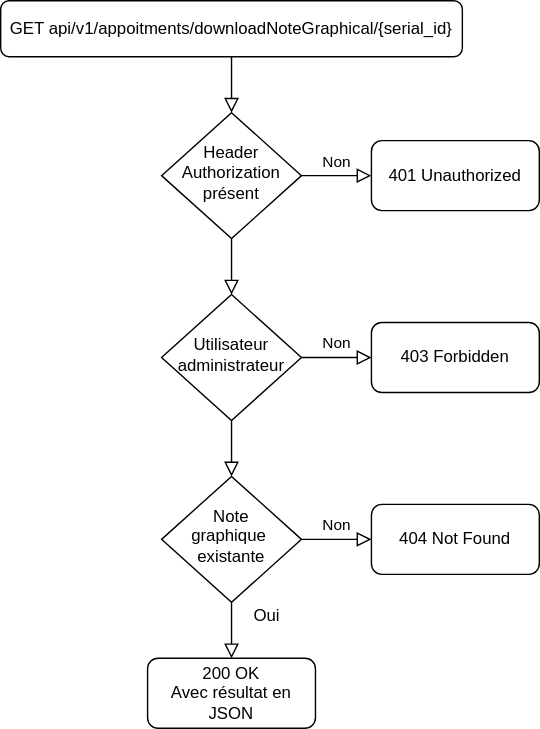
This is documentation/diagram/drawio/flowchartDownloadNoteGraphical.svg from jonathanboreljaquet/bj-travail-diplome-2021, a draw.io export, as it was before one commit. Source tidied: cells renumbered, new cells last; positions are measured from the earlier drawing's top-left corner, leaving out a move shared by most shapes. Its diagram source:
```xml
<mxGraphModel>
  <root>
    <mxCell id="0" />
    <mxCell id="1" parent="0" />
    <mxCell id="2" value="GET api/v1/appoitments/downloadNoteGraphical/{serial_id}" style="rounded=1;whiteSpace=wrap;html=1;fontSize=12;glass=0;strokeWidth=1;shadow=0;" parent="1" vertex="1">
      <mxGeometry width="330" height="40" as="geometry" />
    </mxCell>
    <mxCell id="3" style="rounded=0;html=1;jettySize=auto;orthogonalLoop=1;fontSize=11;endArrow=block;endFill=0;endSize=8;strokeWidth=1;shadow=0;labelBackgroundColor=none;edgeStyle=orthogonalEdgeStyle;" parent="1" edge="1">
      <mxGeometry relative="1" as="geometry">
        <mxPoint x="165" y="40" as="sourcePoint" />
        <mxPoint x="165" y="80" as="targetPoint" />
      </mxGeometry>
    </mxCell>
    <mxCell id="4" value="Non" style="edgeStyle=orthogonalEdgeStyle;rounded=0;html=1;jettySize=auto;fontSize=11;endArrow=block;endFill=0;endSize=8;strokeWidth=1;shadow=0;labelBackgroundColor=none;" parent="1" edge="1" target="5">
      <mxGeometry y="10" relative="1" as="geometry">
        <mxPoint x="215" y="385" as="sourcePoint" />
      </mxGeometry>
    </mxCell>
    <mxCell id="5" value="404 Not Found" style="rounded=1;whiteSpace=wrap;html=1;fontSize=12;glass=0;strokeWidth=1;shadow=0;" parent="1" vertex="1">
      <mxGeometry x="265" y="360" width="120" height="50" as="geometry" />
    </mxCell>
    <mxCell id="6" style="rounded=0;html=1;jettySize=auto;orthogonalLoop=1;fontSize=11;endArrow=block;endFill=0;endSize=8;strokeWidth=1;shadow=0;labelBackgroundColor=none;edgeStyle=orthogonalEdgeStyle;" parent="1" edge="1">
      <mxGeometry relative="1" as="geometry">
        <mxPoint x="165" y="430" as="sourcePoint" />
        <mxPoint x="165" y="470" as="targetPoint" />
      </mxGeometry>
    </mxCell>
    <mxCell id="7" value="200 OK&lt;br&gt;Avec résultat en JSON" style="rounded=1;whiteSpace=wrap;html=1;fontSize=12;glass=0;strokeWidth=1;shadow=0;" parent="1" vertex="1">
      <mxGeometry x="105" y="470" width="120" height="50" as="geometry" />
    </mxCell>
    <mxCell id="8" value="Oui" style="text;html=1;align=center;verticalAlign=middle;strokeColor=none;" parent="1" vertex="1">
      <mxGeometry x="175" y="430" width="30" height="20" as="geometry" />
    </mxCell>
    <mxCell id="9" value="Note &lt;br&gt;graphique&amp;nbsp;&lt;br&gt;existante" style="rhombus;whiteSpace=wrap;html=1;shadow=0;fontFamily=Helvetica;fontSize=12;align=center;strokeWidth=1;spacing=6;spacingTop=-4;" parent="1" vertex="1">
      <mxGeometry x="115" y="340" width="100" height="90" as="geometry" />
    </mxCell>
    <mxCell id="10" value="Non" style="edgeStyle=orthogonalEdgeStyle;rounded=0;html=1;jettySize=auto;fontSize=11;endArrow=block;endFill=0;endSize=8;strokeWidth=1;shadow=0;labelBackgroundColor=none;" parent="1" edge="1" target="11">
      <mxGeometry y="10" relative="1" as="geometry">
        <mxPoint x="215" y="125" as="sourcePoint" />
      </mxGeometry>
    </mxCell>
    <mxCell id="11" value="401 Unauthorized" style="rounded=1;whiteSpace=wrap;html=1;fontSize=12;glass=0;strokeWidth=1;shadow=0;" parent="1" vertex="1">
      <mxGeometry x="265" y="100" width="120" height="50" as="geometry" />
    </mxCell>
    <mxCell id="12" style="rounded=0;html=1;jettySize=auto;orthogonalLoop=1;fontSize=11;endArrow=block;endFill=0;endSize=8;strokeWidth=1;shadow=0;labelBackgroundColor=none;edgeStyle=orthogonalEdgeStyle;" parent="1" edge="1">
      <mxGeometry relative="1" as="geometry">
        <mxPoint x="165" y="170" as="sourcePoint" />
        <mxPoint x="165" y="210" as="targetPoint" />
      </mxGeometry>
    </mxCell>
    <mxCell id="13" value="Header Authorization présent" style="rhombus;whiteSpace=wrap;html=1;shadow=0;fontFamily=Helvetica;fontSize=12;align=center;strokeWidth=1;spacing=6;spacingTop=-4;" parent="1" vertex="1">
      <mxGeometry x="115" y="80" width="100" height="90" as="geometry" />
    </mxCell>
    <mxCell id="14" value="Non" style="edgeStyle=orthogonalEdgeStyle;rounded=0;html=1;jettySize=auto;fontSize=11;endArrow=block;endFill=0;endSize=8;strokeWidth=1;shadow=0;labelBackgroundColor=none;" parent="1" edge="1" target="15">
      <mxGeometry y="10" relative="1" as="geometry">
        <mxPoint x="215" y="255" as="sourcePoint" />
      </mxGeometry>
    </mxCell>
    <mxCell id="15" value="403 Forbidden" style="rounded=1;whiteSpace=wrap;html=1;fontSize=12;glass=0;strokeWidth=1;shadow=0;" parent="1" vertex="1">
      <mxGeometry x="265" y="230" width="120" height="50" as="geometry" />
    </mxCell>
    <mxCell id="16" style="rounded=0;html=1;jettySize=auto;orthogonalLoop=1;fontSize=11;endArrow=block;endFill=0;endSize=8;strokeWidth=1;shadow=0;labelBackgroundColor=none;edgeStyle=orthogonalEdgeStyle;" parent="1" edge="1">
      <mxGeometry relative="1" as="geometry">
        <mxPoint x="165" y="300" as="sourcePoint" />
        <mxPoint x="165" y="340" as="targetPoint" />
      </mxGeometry>
    </mxCell>
    <mxCell id="17" value="Utilisateur administrateur" style="rhombus;whiteSpace=wrap;html=1;shadow=0;fontFamily=Helvetica;fontSize=12;align=center;strokeWidth=1;spacing=6;spacingTop=-4;" parent="1" vertex="1">
      <mxGeometry x="115" y="210" width="100" height="90" as="geometry" />
    </mxCell>
  </root>
</mxGraphModel>
```
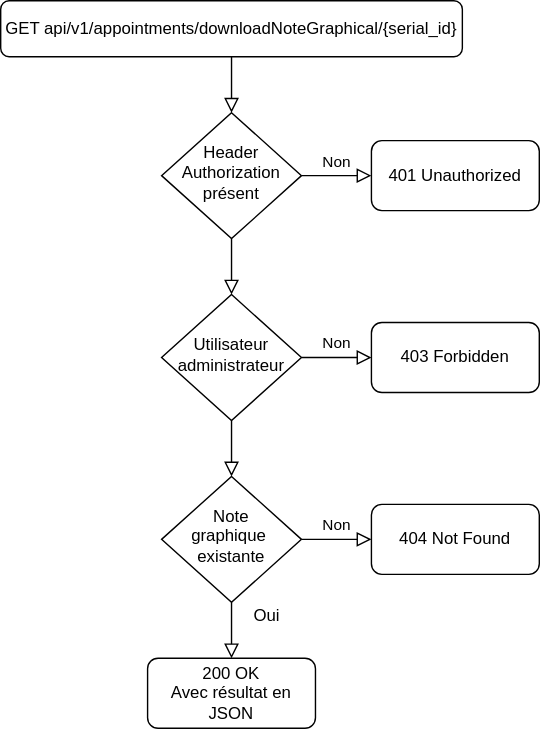
After the change.

The edit, as a diff of the source:
```diff
@@ -2,7 +2,7 @@
   <root>
     <mxCell id="0" />
     <mxCell id="1" parent="0" />
-    <mxCell id="2" value="GET api/v1/appoitments/downloadNoteGraphical/{serial_id}" style="rounded=1;whiteSpace=wrap;html=1;fontSize=12;glass=0;strokeWidth=1;shadow=0;" parent="1" vertex="1">
+    <mxCell id="2" value="GET api/v1/appointments/downloadNoteGraphical/{serial_id}" style="rounded=1;whiteSpace=wrap;html=1;fontSize=12;glass=0;strokeWidth=1;shadow=0;" parent="1" vertex="1">
       <mxGeometry width="330" height="40" as="geometry" />
     </mxCell>
     <mxCell id="3" style="rounded=0;html=1;jettySize=auto;orthogonalLoop=1;fontSize=11;endArrow=block;endFill=0;endSize=8;strokeWidth=1;shadow=0;labelBackgroundColor=none;edgeStyle=orthogonalEdgeStyle;" parent="1" edge="1">
```
